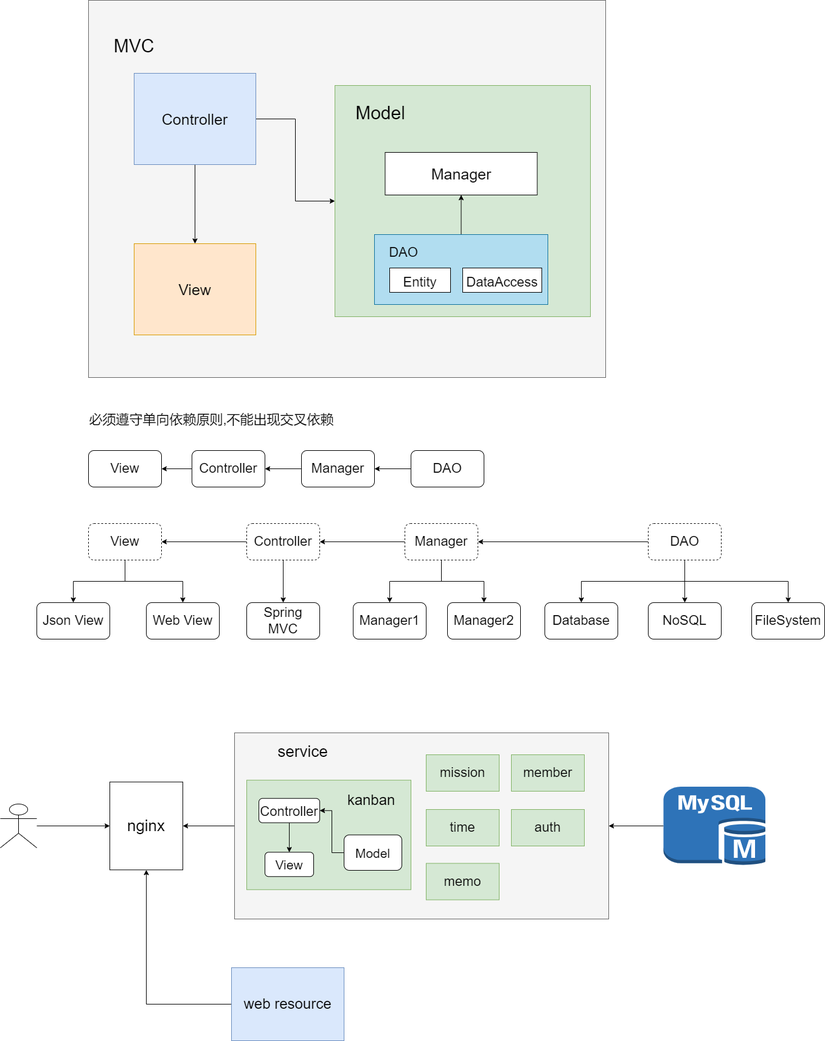
Before: lingxi-taurus/lingxi-taurus-architecture-1,0.0.png, a diagram exported from draw.io (GitHeP/diagrams). Source tidied: cells renumbered, new cells last; positions are measured from the earlier drawing's top-left corner, leaving out a move shared by most shapes.
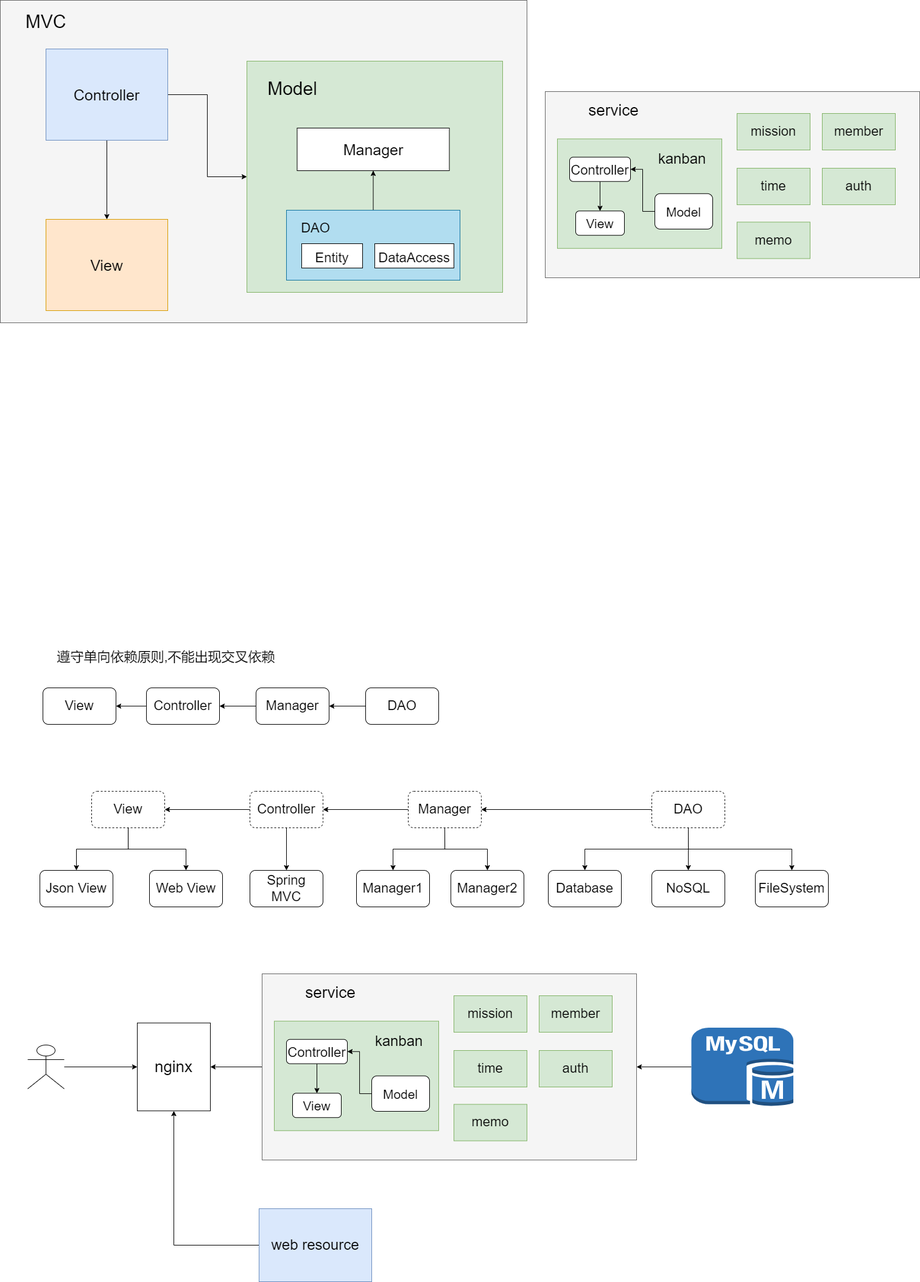
The same diagram one commit later.

Diff of the diagram source:
```diff
@@ -5,3 +5,3 @@
     <mxCell id="2" style="rounded=0;whiteSpace=wrap;html=1;fillColor=#f5f5f5;fontColor=#333333;strokeColor=#666666;" parent="1" vertex="1">
-      <mxGeometry x="145" width="850" height="620" as="geometry" />
+      <mxGeometry x="-25" y="60" width="865" height="530" as="geometry" />
     </mxCell>
@@ -14,9 +14,9 @@
     <mxCell id="5" value="&lt;font style=&quot;font-size: 25px;&quot;&gt;Controller&lt;/font&gt;" style="rounded=0;whiteSpace=wrap;html=1;fillColor=#dae8fc;strokeColor=#6c8ebf;" parent="1" vertex="1">
-      <mxGeometry x="220" y="120" width="200" height="150" as="geometry" />
+      <mxGeometry x="50" y="140" width="200" height="150" as="geometry" />
     </mxCell>
     <mxCell id="6" value="&lt;font style=&quot;font-size: 25px;&quot;&gt;View&lt;/font&gt;" style="rounded=0;whiteSpace=wrap;html=1;fillColor=#ffe6cc;strokeColor=#d79b00;" parent="1" vertex="1">
-      <mxGeometry x="220" y="400" width="200" height="150" as="geometry" />
+      <mxGeometry x="50" y="420" width="200" height="150" as="geometry" />
     </mxCell>
     <mxCell id="7" style="rounded=0;whiteSpace=wrap;html=1;fillColor=#d5e8d4;strokeColor=#82b366;" parent="1" vertex="1">
-      <mxGeometry x="550" y="140" width="420" height="380" as="geometry" />
+      <mxGeometry x="380" y="160" width="420" height="380" as="geometry" />
     </mxCell>
@@ -26,21 +26,21 @@
     <mxCell id="9" style="rounded=0;whiteSpace=wrap;html=1;fontSize=25;fillColor=#b1ddf0;strokeColor=#10739e;" parent="1" vertex="1">
-      <mxGeometry x="615" y="385" width="285" height="115" as="geometry" />
+      <mxGeometry x="445" y="405" width="285" height="115" as="geometry" />
     </mxCell>
     <mxCell id="10" value="Manager" style="rounded=0;whiteSpace=wrap;html=1;fontSize=25;" parent="1" vertex="1">
-      <mxGeometry x="632.5" y="250" width="250" height="70" as="geometry" />
+      <mxGeometry x="462.5" y="270" width="250" height="70" as="geometry" />
     </mxCell>
     <mxCell id="11" value="&lt;font style=&quot;font-size: 30px;&quot;&gt;MVC&lt;/font&gt;" style="text;html=1;strokeColor=none;fillColor=none;align=center;verticalAlign=middle;whiteSpace=wrap;rounded=0;fontSize=25;" parent="1" vertex="1">
-      <mxGeometry x="165" y="50" width="110" height="50" as="geometry" />
+      <mxGeometry x="-5" y="70" width="110" height="50" as="geometry" />
     </mxCell>
     <mxCell id="12" value="&lt;font style=&quot;font-size: 30px;&quot;&gt;Model&lt;/font&gt;" style="text;html=1;strokeColor=none;fillColor=none;align=center;verticalAlign=middle;whiteSpace=wrap;rounded=0;fontSize=25;" parent="1" vertex="1">
-      <mxGeometry x="570" y="160" width="110" height="50" as="geometry" />
+      <mxGeometry x="400" y="180" width="110" height="50" as="geometry" />
     </mxCell>
     <mxCell id="13" value="&lt;font style=&quot;font-size: 22px;&quot;&gt;Entity&lt;/font&gt;" style="rounded=0;whiteSpace=wrap;html=1;fontSize=30;" parent="1" vertex="1">
-      <mxGeometry x="640" y="440" width="100" height="40" as="geometry" />
+      <mxGeometry x="470" y="460" width="100" height="40" as="geometry" />
     </mxCell>
     <mxCell id="14" value="&lt;font style=&quot;font-size: 22px;&quot;&gt;DataAccess&lt;/font&gt;" style="rounded=0;whiteSpace=wrap;html=1;fontSize=30;" parent="1" vertex="1">
-      <mxGeometry x="760" y="440" width="130" height="40" as="geometry" />
+      <mxGeometry x="590" y="460" width="130" height="40" as="geometry" />
     </mxCell>
     <mxCell id="15" value="DAO" style="text;html=1;strokeColor=none;fillColor=none;align=center;verticalAlign=middle;whiteSpace=wrap;rounded=0;fontSize=22;" parent="1" vertex="1">
-      <mxGeometry x="632.5" y="400" width="60" height="30" as="geometry" />
+      <mxGeometry x="462.5" y="420" width="60" height="30" as="geometry" />
     </mxCell>
@@ -50,3 +50,3 @@
     <mxCell id="17" value="Controller" style="rounded=1;whiteSpace=wrap;html=1;fontSize=22;" parent="1" vertex="1">
-      <mxGeometry x="315" y="740" width="120" height="60" as="geometry" />
+      <mxGeometry x="215" y="1190" width="120" height="60" as="geometry" />
     </mxCell>
@@ -56,3 +56,3 @@
     <mxCell id="19" value="Manager" style="rounded=1;whiteSpace=wrap;html=1;fontSize=22;" parent="1" vertex="1">
-      <mxGeometry x="495" y="740" width="120" height="60" as="geometry" />
+      <mxGeometry x="395" y="1190" width="120" height="60" as="geometry" />
     </mxCell>
@@ -62,6 +62,6 @@
     <mxCell id="21" value="DAO" style="rounded=1;whiteSpace=wrap;html=1;fontSize=22;" parent="1" vertex="1">
-      <mxGeometry x="675" y="740" width="120" height="60" as="geometry" />
+      <mxGeometry x="575" y="1190" width="120" height="60" as="geometry" />
     </mxCell>
-    <mxCell id="22" value="必须遵守单向依赖原则,不能出现交叉依赖" style="text;html=1;strokeColor=none;fillColor=none;align=center;verticalAlign=middle;whiteSpace=wrap;rounded=0;fontSize=22;" parent="1" vertex="1">
-      <mxGeometry x="115" y="670" width="465" height="40" as="geometry" />
+    <mxCell id="22" value="遵守单向依赖原则,不能出现交叉依赖" style="text;html=1;strokeColor=none;fillColor=none;align=center;verticalAlign=middle;whiteSpace=wrap;rounded=0;fontSize=22;" parent="1" vertex="1">
+      <mxGeometry x="15" y="1120" width="465" height="40" as="geometry" />
     </mxCell>
@@ -74,3 +74,3 @@
     <mxCell id="25" value="Controller" style="rounded=1;whiteSpace=wrap;html=1;fontSize=22;dashed=1;" parent="1" vertex="1">
-      <mxGeometry x="405" y="860" width="120" height="60" as="geometry" />
+      <mxGeometry x="385" y="1360" width="120" height="60" as="geometry" />
     </mxCell>
@@ -86,3 +86,3 @@
     <mxCell id="29" value="Manager" style="rounded=1;whiteSpace=wrap;html=1;fontSize=22;dashed=1;" parent="1" vertex="1">
-      <mxGeometry x="665" y="860" width="120" height="60" as="geometry" />
+      <mxGeometry x="645" y="1360" width="120" height="60" as="geometry" />
     </mxCell>
@@ -101,21 +101,21 @@
     <mxCell id="34" value="DAO" style="rounded=1;whiteSpace=wrap;html=1;fontSize=22;dashed=1;" parent="1" vertex="1">
-      <mxGeometry x="1065" y="860" width="120" height="60" as="geometry" />
+      <mxGeometry x="1045" y="1360" width="120" height="60" as="geometry" />
     </mxCell>
     <mxCell id="35" value="Database" style="rounded=1;whiteSpace=wrap;html=1;fontSize=22;" parent="1" vertex="1">
-      <mxGeometry x="895" y="990" width="120" height="60" as="geometry" />
+      <mxGeometry x="875" y="1490" width="120" height="60" as="geometry" />
     </mxCell>
     <mxCell id="36" value="NoSQL" style="rounded=1;whiteSpace=wrap;html=1;fontSize=22;" parent="1" vertex="1">
-      <mxGeometry x="1065" y="990" width="120" height="60" as="geometry" />
+      <mxGeometry x="1045" y="1490" width="120" height="60" as="geometry" />
     </mxCell>
     <mxCell id="37" value="FileSystem" style="rounded=1;whiteSpace=wrap;html=1;fontSize=22;" parent="1" vertex="1">
-      <mxGeometry x="1235" y="990" width="120" height="60" as="geometry" />
+      <mxGeometry x="1215" y="1490" width="120" height="60" as="geometry" />
     </mxCell>
     <mxCell id="38" value="Manager1" style="rounded=1;whiteSpace=wrap;html=1;fontSize=22;" parent="1" vertex="1">
-      <mxGeometry x="580" y="990" width="120" height="60" as="geometry" />
+      <mxGeometry x="560" y="1490" width="120" height="60" as="geometry" />
     </mxCell>
     <mxCell id="39" value="Manager2" style="rounded=1;whiteSpace=wrap;html=1;fontSize=22;" parent="1" vertex="1">
-      <mxGeometry x="735" y="990" width="120" height="60" as="geometry" />
+      <mxGeometry x="715" y="1490" width="120" height="60" as="geometry" />
     </mxCell>
     <mxCell id="40" value="View" style="rounded=1;whiteSpace=wrap;html=1;fontSize=22;" parent="1" vertex="1">
-      <mxGeometry x="145" y="740" width="120" height="60" as="geometry" />
+      <mxGeometry x="45" y="1190" width="120" height="60" as="geometry" />
     </mxCell>
@@ -128,12 +128,12 @@
     <mxCell id="43" value="View" style="rounded=1;whiteSpace=wrap;html=1;fontSize=22;dashed=1;" parent="1" vertex="1">
-      <mxGeometry x="145" y="860" width="120" height="60" as="geometry" />
+      <mxGeometry x="125" y="1360" width="120" height="60" as="geometry" />
     </mxCell>
     <mxCell id="44" value="Json View" style="rounded=1;whiteSpace=wrap;html=1;fontSize=22;" parent="1" vertex="1">
-      <mxGeometry x="60" y="990" width="120" height="60" as="geometry" />
+      <mxGeometry x="40" y="1490" width="120" height="60" as="geometry" />
     </mxCell>
     <mxCell id="45" value="Web View" style="rounded=1;whiteSpace=wrap;html=1;fontSize=22;" parent="1" vertex="1">
-      <mxGeometry x="240" y="990" width="120" height="60" as="geometry" />
+      <mxGeometry x="220" y="1490" width="120" height="60" as="geometry" />
     </mxCell>
     <mxCell id="46" value="Spring MVC" style="rounded=1;whiteSpace=wrap;html=1;fontSize=22;" parent="1" vertex="1">
-      <mxGeometry x="405" y="990" width="120" height="60" as="geometry" />
+      <mxGeometry x="385" y="1490" width="120" height="60" as="geometry" />
     </mxCell>
@@ -143,24 +143,24 @@
     <mxCell id="48" style="rounded=0;whiteSpace=wrap;html=1;fontSize=22;fillColor=#f5f5f5;fontColor=#333333;strokeColor=#666666;" parent="1" vertex="1">
-      <mxGeometry x="385" y="1204" width="615" height="306" as="geometry" />
+      <mxGeometry x="405" y="1660" width="615" height="306" as="geometry" />
     </mxCell>
     <mxCell id="49" style="rounded=0;whiteSpace=wrap;html=1;fontSize=22;fillColor=#d5e8d4;strokeColor=#82b366;" parent="1" vertex="1">
-      <mxGeometry x="405" y="1281.8" width="270" height="180" as="geometry" />
+      <mxGeometry x="425" y="1737.8" width="270" height="180" as="geometry" />
     </mxCell>
     <mxCell id="50" value="mission" style="rounded=0;whiteSpace=wrap;html=1;fontSize=22;fillColor=#d5e8d4;strokeColor=#82b366;" parent="1" vertex="1">
-      <mxGeometry x="700" y="1240" width="120" height="60" as="geometry" />
+      <mxGeometry x="720" y="1696" width="120" height="60" as="geometry" />
     </mxCell>
     <mxCell id="51" value="time" style="rounded=0;whiteSpace=wrap;html=1;fontSize=22;fillColor=#d5e8d4;strokeColor=#82b366;" parent="1" vertex="1">
-      <mxGeometry x="700" y="1330" width="120" height="60" as="geometry" />
+      <mxGeometry x="720" y="1786" width="120" height="60" as="geometry" />
     </mxCell>
     <mxCell id="52" value="memo" style="rounded=0;whiteSpace=wrap;html=1;fontSize=22;fillColor=#d5e8d4;strokeColor=#82b366;" parent="1" vertex="1">
-      <mxGeometry x="700" y="1418.5" width="120" height="60" as="geometry" />
+      <mxGeometry x="720" y="1874.5" width="120" height="60" as="geometry" />
     </mxCell>
     <mxCell id="53" value="member" style="rounded=0;whiteSpace=wrap;html=1;fontSize=22;fillColor=#d5e8d4;strokeColor=#82b366;" parent="1" vertex="1">
-      <mxGeometry x="840" y="1240" width="120" height="60" as="geometry" />
+      <mxGeometry x="860" y="1696" width="120" height="60" as="geometry" />
     </mxCell>
     <mxCell id="54" value="auth" style="rounded=0;whiteSpace=wrap;html=1;fontSize=22;fillColor=#d5e8d4;strokeColor=#82b366;" parent="1" vertex="1">
-      <mxGeometry x="840" y="1330" width="120" height="60" as="geometry" />
+      <mxGeometry x="860" y="1786" width="120" height="60" as="geometry" />
     </mxCell>
     <mxCell id="55" value="&lt;font style=&quot;font-size: 26px;&quot;&gt;service&lt;/font&gt;" style="text;html=1;strokeColor=none;fillColor=none;align=center;verticalAlign=middle;whiteSpace=wrap;rounded=0;fontSize=22;" parent="1" vertex="1">
-      <mxGeometry x="395" y="1210" width="205" height="50" as="geometry" />
+      <mxGeometry x="415" y="1666" width="205" height="50" as="geometry" />
     </mxCell>
@@ -170,6 +170,6 @@
     <mxCell id="57" style="outlineConnect=0;dashed=0;verticalLabelPosition=bottom;verticalAlign=top;align=center;html=1;shape=mxgraph.aws3.mysql_db_instance;fillColor=#2E73B8;gradientColor=none;fontSize=26;" parent="1" vertex="1">
-      <mxGeometry x="1090" y="1292.5" width="167.5" height="129" as="geometry" />
+      <mxGeometry x="1110" y="1748.5" width="167.5" height="129" as="geometry" />
     </mxCell>
     <mxCell id="58" value="nginx" style="rounded=0;whiteSpace=wrap;html=1;fontSize=26;" parent="1" vertex="1">
-      <mxGeometry x="180" y="1284.8" width="120" height="144.5" as="geometry" />
+      <mxGeometry x="200" y="1740.8" width="120" height="144.5" as="geometry" />
     </mxCell>
@@ -189,3 +189,3 @@
     <mxCell id="62" value="&lt;font style=&quot;font-size: 22px;&quot;&gt;Controller&lt;/font&gt;" style="rounded=1;whiteSpace=wrap;html=1;fontSize=26;" parent="1" vertex="1">
-      <mxGeometry x="425" y="1311.8" width="100" height="40" as="geometry" />
+      <mxGeometry x="445" y="1767.8" width="100" height="40" as="geometry" />
     </mxCell>
@@ -195,9 +195,9 @@
     <mxCell id="64" value="&lt;font style=&quot;font-size: 21px;&quot;&gt;Model&lt;/font&gt;" style="rounded=1;whiteSpace=wrap;html=1;fontSize=26;" parent="1" vertex="1">
-      <mxGeometry x="565" y="1371.8" width="95" height="58.2" as="geometry" />
+      <mxGeometry x="585" y="1827.8" width="95" height="58.2" as="geometry" />
     </mxCell>
     <mxCell id="65" value="&lt;font style=&quot;font-size: 21px;&quot;&gt;View&lt;/font&gt;" style="rounded=1;whiteSpace=wrap;html=1;fontSize=26;" parent="1" vertex="1">
-      <mxGeometry x="435" y="1400.2" width="80" height="40" as="geometry" />
+      <mxGeometry x="455" y="1856.2" width="80" height="40" as="geometry" />
     </mxCell>
     <mxCell id="66" value="&lt;font style=&quot;font-size: 24px;&quot;&gt;kanban&lt;/font&gt;" style="text;html=1;strokeColor=none;fillColor=none;align=center;verticalAlign=middle;whiteSpace=wrap;rounded=0;fontSize=21;" parent="1" vertex="1">
-      <mxGeometry x="580" y="1300" width="60" height="30" as="geometry" />
+      <mxGeometry x="600" y="1756" width="60" height="30" as="geometry" />
     </mxCell>
@@ -207,3 +207,3 @@
     <mxCell id="68" value="web resource" style="rounded=0;whiteSpace=wrap;html=1;fontSize=24;fillColor=#dae8fc;strokeColor=#6c8ebf;" parent="1" vertex="1">
-      <mxGeometry x="380" y="1590" width="185" height="120" as="geometry" />
+      <mxGeometry x="400" y="2046" width="185" height="120" as="geometry" />
     </mxCell>
@@ -213,4 +213,46 @@
     <mxCell id="70" style="shape=umlActor;verticalLabelPosition=bottom;verticalAlign=top;html=1;outlineConnect=0;fontSize=24;" parent="1" vertex="1">
-      <mxGeometry y="1321" width="60" height="72" as="geometry" />
+      <mxGeometry x="20" y="1777" width="60" height="72" as="geometry" />
     </mxCell>
+    <mxCell id="71" style="rounded=0;whiteSpace=wrap;html=1;fontSize=22;fillColor=#f5f5f5;fontColor=#333333;strokeColor=#666666;" parent="1" vertex="1">
+      <mxGeometry x="870" y="210" width="615" height="306" as="geometry" />
+    </mxCell>
+    <mxCell id="72" style="rounded=0;whiteSpace=wrap;html=1;fontSize=22;fillColor=#d5e8d4;strokeColor=#82b366;" parent="1" vertex="1">
+      <mxGeometry x="890" y="287.8" width="270" height="180" as="geometry" />
+    </mxCell>
+    <mxCell id="73" value="mission" style="rounded=0;whiteSpace=wrap;html=1;fontSize=22;fillColor=#d5e8d4;strokeColor=#82b366;" parent="1" vertex="1">
+      <mxGeometry x="1185" y="246" width="120" height="60" as="geometry" />
+    </mxCell>
+    <mxCell id="74" value="time" style="rounded=0;whiteSpace=wrap;html=1;fontSize=22;fillColor=#d5e8d4;strokeColor=#82b366;" parent="1" vertex="1">
+      <mxGeometry x="1185" y="336" width="120" height="60" as="geometry" />
+    </mxCell>
+    <mxCell id="75" value="memo" style="rounded=0;whiteSpace=wrap;html=1;fontSize=22;fillColor=#d5e8d4;strokeColor=#82b366;" parent="1" vertex="1">
+      <mxGeometry x="1185" y="424.5" width="120" height="60" as="geometry" />
+    </mxCell>
+    <mxCell id="76" value="member" style="rounded=0;whiteSpace=wrap;html=1;fontSize=22;fillColor=#d5e8d4;strokeColor=#82b366;" parent="1" vertex="1">
+      <mxGeometry x="1325" y="246" width="120" height="60" as="geometry" />
+    </mxCell>
+    <mxCell id="77" value="auth" style="rounded=0;whiteSpace=wrap;html=1;fontSize=22;fillColor=#d5e8d4;strokeColor=#82b366;" parent="1" vertex="1">
+      <mxGeometry x="1325" y="336" width="120" height="60" as="geometry" />
+    </mxCell>
+    <mxCell id="78" value="&lt;font style=&quot;font-size: 26px;&quot;&gt;service&lt;/font&gt;" style="text;html=1;strokeColor=none;fillColor=none;align=center;verticalAlign=middle;whiteSpace=wrap;rounded=0;fontSize=22;" parent="1" vertex="1">
+      <mxGeometry x="880" y="216" width="205" height="50" as="geometry" />
+    </mxCell>
+    <mxCell id="79" style="edgeStyle=orthogonalEdgeStyle;rounded=0;jettySize=auto;html=1;exitX=0.5;exitY=1;exitDx=0;exitDy=0;fontSize=21;" parent="1" edge="1" source="80" target="83">
+      <mxGeometry relative="1" as="geometry" />
+    </mxCell>
+    <mxCell id="80" value="&lt;font style=&quot;font-size: 22px;&quot;&gt;Controller&lt;/font&gt;" style="rounded=1;whiteSpace=wrap;html=1;fontSize=26;" parent="1" vertex="1">
+      <mxGeometry x="910" y="317.8" width="100" height="40" as="geometry" />
+    </mxCell>
+    <mxCell id="81" style="edgeStyle=orthogonalEdgeStyle;rounded=0;jettySize=auto;html=1;entryX=1;entryY=0.5;entryDx=0;entryDy=0;fontSize=21;" parent="1" edge="1" source="82" target="80">
+      <mxGeometry relative="1" as="geometry" />
+    </mxCell>
+    <mxCell id="82" value="&lt;font style=&quot;font-size: 21px;&quot;&gt;Model&lt;/font&gt;" style="rounded=1;whiteSpace=wrap;html=1;fontSize=26;" parent="1" vertex="1">
+      <mxGeometry x="1050" y="377.8" width="95" height="58.2" as="geometry" />
+    </mxCell>
+    <mxCell id="83" value="&lt;font style=&quot;font-size: 21px;&quot;&gt;View&lt;/font&gt;" style="rounded=1;whiteSpace=wrap;html=1;fontSize=26;" parent="1" vertex="1">
+      <mxGeometry x="920" y="406.2" width="80" height="40" as="geometry" />
+    </mxCell>
+    <mxCell id="84" value="&lt;font style=&quot;font-size: 24px;&quot;&gt;kanban&lt;/font&gt;" style="text;html=1;strokeColor=none;fillColor=none;align=center;verticalAlign=middle;whiteSpace=wrap;rounded=0;fontSize=21;" parent="1" vertex="1">
+      <mxGeometry x="1065" y="306" width="60" height="30" as="geometry" />
+    </mxCell>
   </root>
```
